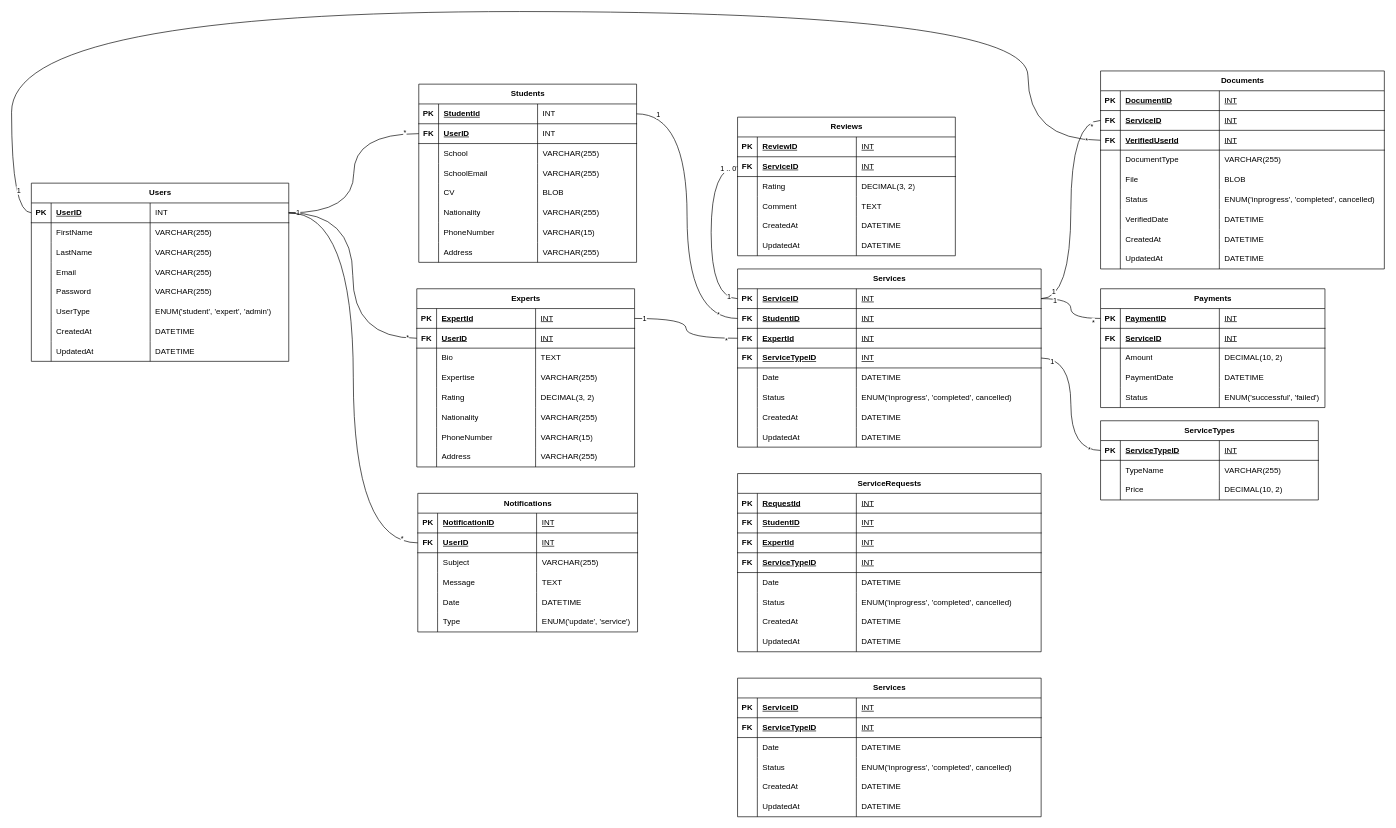
Before: DBSchema.drawio in tamir-cqu/COIT20272, a draw.io diagram. Source tidied: cells renumbered, new cells numbered last; positions are measured from the earlier drawing's top-left corner, leaving out a move shared by most shapes. Both pictures are drawn from the tidied source at 66%, with x=0, y=0 at pixel (11, 11).
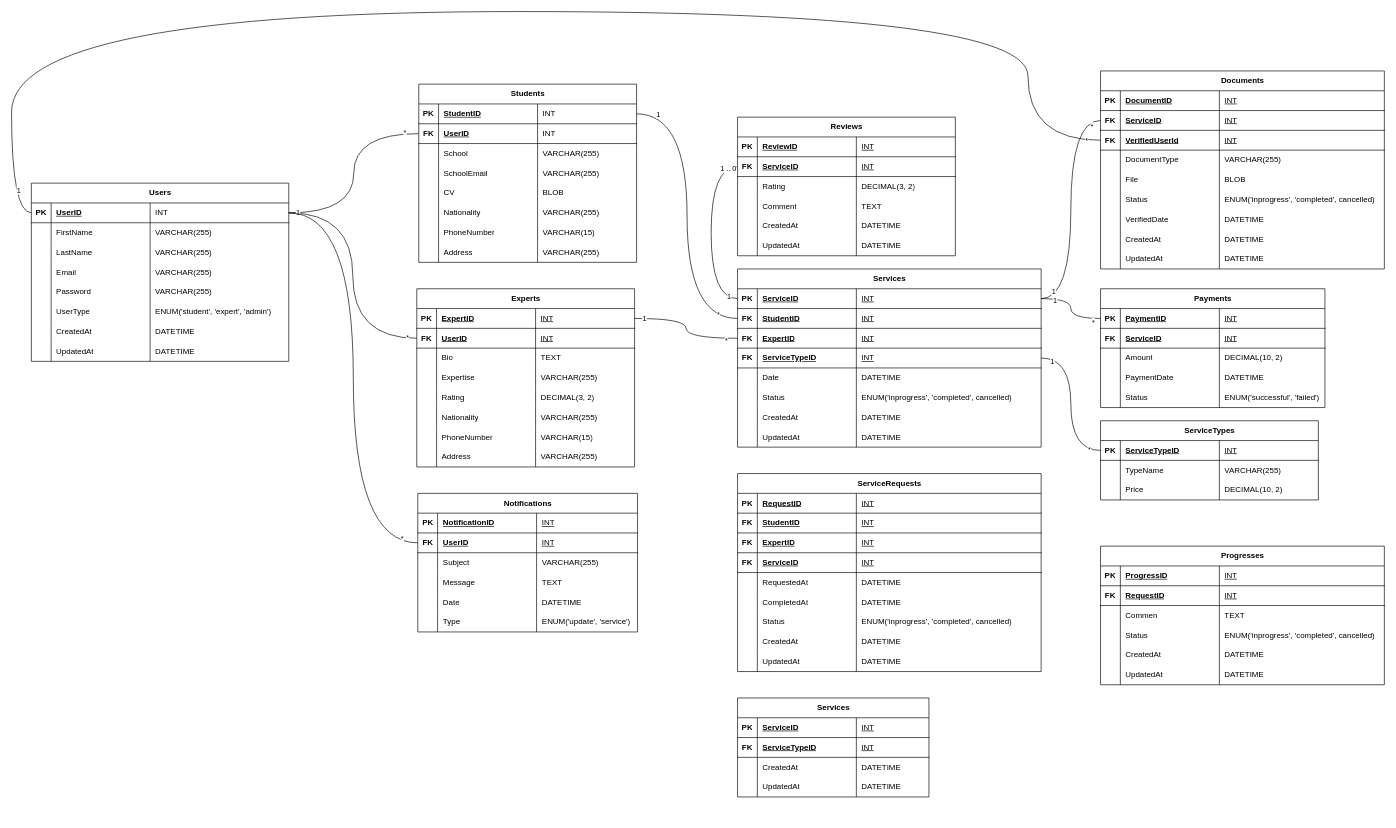
After the change.

The change refers to these unchanged cells:
```xml
<mxCell id="36" style="shape=tableRow;horizontal=0;startSize=0;swimlaneHead=0;swimlaneBody=0;fillColor=none;points=[[0,0.5],[1,0.5]];portConstraint=eastwest;top=0;left=0;right=0;bottom=1;" parent="35" vertex="1">
  <mxGeometry y="30" width="330" height="30" as="geometry" />
</mxCell>
<mxCell id="74" style="shape=tableRow;horizontal=0;startSize=0;swimlaneHead=0;swimlaneBody=0;fillColor=none;points=[[0,0.5],[1,0.5]];portConstraint=eastwest;top=0;left=0;right=0;bottom=1;" parent="73" vertex="1">
  <mxGeometry y="30" width="330" height="30" as="geometry" />
</mxCell>
<mxCell id="121" style="shape=tableRow;horizontal=0;startSize=0;swimlaneHead=0;swimlaneBody=0;fillColor=none;points=[[0,0.5],[1,0.5]];portConstraint=eastwest;top=0;left=0;right=0;bottom=1;" parent="112" vertex="1">
  <mxGeometry y="90" width="460" height="30" as="geometry" />
</mxCell>
<mxCell id="284" style="shape=tableRow;horizontal=0;startSize=0;swimlaneHead=0;swimlaneBody=0;fillColor=none;top=0;left=0;right=0;bottom=1;" parent="283" vertex="1">
  <mxGeometry y="30" width="460" height="30" as="geometry" />
</mxCell>
<mxCell id="292" style="shape=tableRow;horizontal=0;startSize=0;swimlaneHead=0;swimlaneBody=0;fillColor=none;top=0;left=0;right=0;bottom=1;" parent="283" vertex="1">
  <mxGeometry y="90" width="460" height="30" as="geometry" />
</mxCell>
<mxCell id="296" style="shape=tableRow;horizontal=0;startSize=0;swimlaneHead=0;swimlaneBody=0;fillColor=none;top=0;left=0;right=0;bottom=1;" parent="283" vertex="1">
  <mxGeometry y="120" width="460" height="30" as="geometry" />
</mxCell>
<mxCell id="300" style="shape=tableRow;horizontal=0;startSize=0;swimlaneHead=0;swimlaneBody=0;fillColor=none;top=0;left=0;right=0;bottom=0;" parent="283" vertex="1">
  <mxGeometry y="150" width="460" height="30" as="geometry" />
</mxCell>
```

Change to the diagram source:
```diff
@@
-    <mxCell id="38" value="ExpertId" style="shape=partialRectangle;fillColor=none;top=0;left=0;bottom=0;right=0;align=left;spacingLeft=6;fontStyle=5;overflow=hidden;whiteSpace=wrap;html=1;" parent="36" vertex="1">
+    <mxCell id="38" value="ExpertID" style="shape=partialRectangle;fillColor=none;top=0;left=0;bottom=0;right=0;align=left;spacingLeft=6;fontStyle=5;overflow=hidden;whiteSpace=wrap;html=1;" parent="36" vertex="1">
       <mxGeometry x="30" width="150" height="30" as="geometry" />
     </mxCell>
@@
-    <mxCell id="76" value="StudentId" style="shape=partialRectangle;fillColor=none;top=0;left=0;bottom=0;right=0;align=left;spacingLeft=6;fontStyle=5;overflow=hidden;whiteSpace=wrap;html=1;" parent="74" vertex="1">
+    <mxCell id="76" value="StudentID" style="shape=partialRectangle;fillColor=none;top=0;left=0;bottom=0;right=0;align=left;spacingLeft=6;fontStyle=5;overflow=hidden;whiteSpace=wrap;html=1;" parent="74" vertex="1">
       <mxGeometry x="30" width="150" height="30" as="geometry" />
     </mxCell>
@@
-    <mxCell id="123" value="ExpertId" style="shape=partialRectangle;fillColor=none;top=0;left=0;bottom=0;right=0;align=left;spacingLeft=6;fontStyle=5;overflow=hidden;whiteSpace=wrap;html=1;" parent="121" vertex="1">
+    <mxCell id="123" value="ExpertID" style="shape=partialRectangle;fillColor=none;top=0;left=0;bottom=0;right=0;align=left;spacingLeft=6;fontStyle=5;overflow=hidden;whiteSpace=wrap;html=1;" parent="121" vertex="1">
       <mxGeometry x="30" width="150" height="30" as="geometry" />
     </mxCell>
@@
     <mxCell id="283" value="&lt;span style=&quot;text-wrap: wrap;&quot;&gt;ServiceRequests&lt;/span&gt;" style="shape=table;startSize=30;childLayout=tableLayout;rowLines=0;fontStyle=1;align=center;html=1;" parent="1" vertex="1">
-      <mxGeometry x="1100" y="700" width="460" height="270" as="geometry" />
+      <mxGeometry x="1100" y="700" width="460" height="300" as="geometry" />
     </mxCell>
@@
-    <mxCell id="286" value="RequestId" style="shape=partialRectangle;fillColor=none;top=0;left=0;bottom=0;right=0;align=left;spacingLeft=6;fontStyle=5;overflow=hidden;whiteSpace=wrap;html=1;" parent="284" vertex="1">
+    <mxCell id="286" value="RequestID" style="shape=partialRectangle;fillColor=none;top=0;left=0;bottom=0;right=0;align=left;spacingLeft=6;fontStyle=5;overflow=hidden;whiteSpace=wrap;html=1;" parent="284" vertex="1">
       <mxGeometry x="30" width="150" height="30" as="geometry" />
     </mxCell>
@@
-    <mxCell id="294" value="ExpertId" style="shape=partialRectangle;fillColor=none;top=0;left=0;bottom=0;right=0;align=left;spacingLeft=6;fontStyle=5;overflow=hidden;whiteSpace=wrap;html=1;" parent="292" vertex="1">
+    <mxCell id="294" value="ExpertID" style="shape=partialRectangle;fillColor=none;top=0;left=0;bottom=0;right=0;align=left;spacingLeft=6;fontStyle=5;overflow=hidden;whiteSpace=wrap;html=1;" parent="292" vertex="1">
       <mxGeometry x="30" width="150" height="30" as="geometry" />
     </mxCell>
@@
-    <mxCell id="298" value="ServiceTypeID" style="shape=partialRectangle;fillColor=none;top=0;left=0;bottom=0;right=0;align=left;spacingLeft=6;fontStyle=5;overflow=hidden;whiteSpace=wrap;html=1;" parent="296" vertex="1">
+    <mxCell id="298" value="ServiceID" style="shape=partialRectangle;fillColor=none;top=0;left=0;bottom=0;right=0;align=left;spacingLeft=6;fontStyle=5;overflow=hidden;whiteSpace=wrap;html=1;" parent="296" vertex="1">
       <mxGeometry x="30" width="150" height="30" as="geometry" />
     </mxCell>
@@
-    <mxCell id="302" value="Date" style="shape=partialRectangle;fillColor=none;top=0;left=0;bottom=0;right=0;align=left;spacingLeft=6;overflow=hidden;whiteSpace=wrap;html=1;" parent="300" vertex="1">
+    <mxCell id="302" value="RequestedAt" style="shape=partialRectangle;fillColor=none;top=0;left=0;bottom=0;right=0;align=left;spacingLeft=6;overflow=hidden;whiteSpace=wrap;html=1;" parent="300" vertex="1">
       <mxGeometry x="30" width="150" height="30" as="geometry" />
     </mxCell>
@@
+    <mxCell id="341" style="shape=tableRow;horizontal=0;startSize=0;swimlaneHead=0;swimlaneBody=0;fillColor=none;top=0;left=0;right=0;bottom=0;" parent="283" vertex="1">
+      <mxGeometry y="180" width="460" height="30" as="geometry" />
+    </mxCell>
+    <mxCell id="342" style="shape=partialRectangle;fillColor=none;top=0;left=0;bottom=0;right=0;overflow=hidden;whiteSpace=wrap;html=1;" parent="341" vertex="1">
+      <mxGeometry width="30" height="30" as="geometry" />
+    </mxCell>
+    <mxCell id="343" value="CompletedAt" style="shape=partialRectangle;fillColor=none;top=0;left=0;bottom=0;right=0;align=left;spacingLeft=6;overflow=hidden;whiteSpace=wrap;html=1;" parent="341" vertex="1">
+      <mxGeometry x="30" width="150" height="30" as="geometry" />
+    </mxCell>
+    <mxCell id="328" value="DATETIME" style="shape=partialRectangle;fillColor=none;top=0;left=0;bottom=0;right=0;align=left;spacingLeft=6;overflow=hidden;whiteSpace=wrap;html=1;" parent="341" vertex="1">
+      <mxGeometry x="180" width="280" height="30" as="geometry" />
+    </mxCell>
     <mxCell id="304" style="shape=tableRow;horizontal=0;startSize=0;swimlaneHead=0;swimlaneBody=0;fillColor=none;top=0;left=0;right=0;bottom=0;" parent="283" vertex="1">
-      <mxGeometry y="180" width="460" height="30" as="geometry" />
+      <mxGeometry y="210" width="460" height="30" as="geometry" />
     </mxCell>
@@
     <mxCell id="308" style="shape=tableRow;horizontal=0;startSize=0;swimlaneHead=0;swimlaneBody=0;fillColor=none;top=0;left=0;right=0;bottom=0;" parent="283" vertex="1">
-      <mxGeometry y="210" width="460" height="30" as="geometry" />
+      <mxGeometry y="240" width="460" height="30" as="geometry" />
     </mxCell>
@@
     <mxCell id="312" style="shape=tableRow;horizontal=0;startSize=0;swimlaneHead=0;swimlaneBody=0;fillColor=none;top=0;left=0;right=0;bottom=0;" parent="283" vertex="1">
-      <mxGeometry y="240" width="460" height="30" as="geometry" />
+      <mxGeometry y="270" width="460" height="30" as="geometry" />
     </mxCell>
@@
     <mxCell id="316" value="&lt;span style=&quot;text-wrap: wrap;&quot;&gt;Services&lt;/span&gt;" style="shape=table;startSize=30;childLayout=tableLayout;rowLines=0;fontStyle=1;align=center;html=1;" parent="1" vertex="1">
-      <mxGeometry x="1100" y="1010" width="460" height="210" as="geometry" />
+      <mxGeometry x="1100" y="1040" width="290" height="150" as="geometry" />
     </mxCell>
     <mxCell id="317" style="shape=tableRow;horizontal=0;startSize=0;swimlaneHead=0;swimlaneBody=0;fillColor=none;top=0;left=0;right=0;bottom=1;" parent="316" vertex="1">
-      <mxGeometry y="30" width="460" height="30" as="geometry" />
+      <mxGeometry y="30" width="290" height="30" as="geometry" />
     </mxCell>
@@
     <mxCell id="320" value="&lt;span style=&quot;font-weight: 400;&quot;&gt;INT&lt;/span&gt;" style="shape=partialRectangle;fillColor=none;top=0;left=0;bottom=0;right=0;align=left;spacingLeft=6;fontStyle=5;overflow=hidden;whiteSpace=wrap;html=1;" parent="317" vertex="1">
-      <mxGeometry x="180" width="280" height="30" as="geometry" />
+      <mxGeometry x="180" width="110" height="30" as="geometry" />
     </mxCell>
     <mxCell id="321" style="shape=tableRow;horizontal=0;startSize=0;swimlaneHead=0;swimlaneBody=0;fillColor=none;top=0;left=0;right=0;bottom=1;" parent="316" vertex="1">
-      <mxGeometry y="60" width="460" height="30" as="geometry" />
+      <mxGeometry y="60" width="290" height="30" as="geometry" />
     </mxCell>
@@
     <mxCell id="324" value="&lt;span style=&quot;font-weight: 400;&quot;&gt;INT&lt;/span&gt;" style="shape=partialRectangle;fillColor=none;top=0;left=0;bottom=0;right=0;align=left;spacingLeft=6;fontStyle=5;overflow=hidden;whiteSpace=wrap;html=1;" parent="321" vertex="1">
-      <mxGeometry x="180" width="280" height="30" as="geometry" />
+      <mxGeometry x="180" width="110" height="30" as="geometry" />
     </mxCell>
-    <mxCell id="325" style="shape=tableRow;horizontal=0;startSize=0;swimlaneHead=0;swimlaneBody=0;fillColor=none;top=0;left=0;right=0;bottom=0;" parent="316" vertex="1">
-      <mxGeometry y="90" width="460" height="30" as="geometry" />
-    </mxCell>
-    <mxCell id="326" style="shape=partialRectangle;fillColor=none;top=0;left=0;bottom=0;right=0;overflow=hidden;whiteSpace=wrap;html=1;" parent="325" vertex="1">
-      <mxGeometry width="30" height="30" as="geometry" />
-    </mxCell>
-    <mxCell id="327" value="Date" style="shape=partialRectangle;fillColor=none;top=0;left=0;bottom=0;right=0;align=left;spacingLeft=6;overflow=hidden;whiteSpace=wrap;html=1;" parent="325" vertex="1">
-      <mxGeometry x="30" width="150" height="30" as="geometry" />
-    </mxCell>
-    <mxCell id="328" value="DATETIME" style="shape=partialRectangle;fillColor=none;top=0;left=0;bottom=0;right=0;align=left;spacingLeft=6;overflow=hidden;whiteSpace=wrap;html=1;" parent="325" vertex="1">
-      <mxGeometry x="180" width="280" height="30" as="geometry" />
-    </mxCell>
-    <mxCell id="329" style="shape=tableRow;horizontal=0;startSize=0;swimlaneHead=0;swimlaneBody=0;fillColor=none;top=0;left=0;right=0;bottom=0;" parent="316" vertex="1">
-      <mxGeometry y="120" width="460" height="30" as="geometry" />
-    </mxCell>
-    <mxCell id="330" style="shape=partialRectangle;fillColor=none;top=0;left=0;bottom=0;right=0;overflow=hidden;whiteSpace=wrap;html=1;" parent="329" vertex="1">
-      <mxGeometry width="30" height="30" as="geometry" />
-    </mxCell>
-    <mxCell id="331" value="Status" style="shape=partialRectangle;fillColor=none;top=0;left=0;bottom=0;right=0;align=left;spacingLeft=6;overflow=hidden;whiteSpace=wrap;html=1;" parent="329" vertex="1">
-      <mxGeometry x="30" width="150" height="30" as="geometry" />
-    </mxCell>
-    <mxCell id="332" value="ENUM('inprogress', 'completed', cancelled)" style="shape=partialRectangle;fillColor=none;top=0;left=0;bottom=0;right=0;align=left;spacingLeft=6;overflow=hidden;whiteSpace=wrap;html=1;" parent="329" vertex="1">
-      <mxGeometry x="180" width="280" height="30" as="geometry" />
-    </mxCell>
     <mxCell id="333" style="shape=tableRow;horizontal=0;startSize=0;swimlaneHead=0;swimlaneBody=0;fillColor=none;top=0;left=0;right=0;bottom=0;" parent="316" vertex="1">
-      <mxGeometry y="150" width="460" height="30" as="geometry" />
+      <mxGeometry y="90" width="290" height="30" as="geometry" />
     </mxCell>
@@
     <mxCell id="336" value="DATETIME" style="shape=partialRectangle;fillColor=none;top=0;left=0;bottom=0;right=0;align=left;spacingLeft=6;overflow=hidden;whiteSpace=wrap;html=1;" parent="333" vertex="1">
-      <mxGeometry x="180" width="280" height="30" as="geometry" />
+      <mxGeometry x="180" width="110" height="30" as="geometry" />
     </mxCell>
     <mxCell id="337" style="shape=tableRow;horizontal=0;startSize=0;swimlaneHead=0;swimlaneBody=0;fillColor=none;top=0;left=0;right=0;bottom=0;" parent="316" vertex="1">
-      <mxGeometry y="180" width="460" height="30" as="geometry" />
+      <mxGeometry y="120" width="290" height="30" as="geometry" />
     </mxCell>
@@
     <mxCell id="340" value="DATETIME" style="shape=partialRectangle;fillColor=none;top=0;left=0;bottom=0;right=0;align=left;spacingLeft=6;overflow=hidden;whiteSpace=wrap;html=1;" parent="337" vertex="1">
-      <mxGeometry x="180" width="280" height="30" as="geometry" />
+      <mxGeometry x="180" width="110" height="30" as="geometry" />
     </mxCell>
+    <mxCell id="344" value="&lt;span style=&quot;text-wrap: wrap;&quot;&gt;Progresses&lt;/span&gt;" style="shape=table;startSize=30;childLayout=tableLayout;rowLines=0;fontStyle=1;align=center;html=1;" parent="1" vertex="1">
+      <mxGeometry x="1650" y="810" width="430" height="210" as="geometry" />
+    </mxCell>
+    <mxCell id="345" style="shape=tableRow;horizontal=0;startSize=0;swimlaneHead=0;swimlaneBody=0;fillColor=none;top=0;left=0;right=0;bottom=1;" parent="344" vertex="1">
+      <mxGeometry y="30" width="430" height="30" as="geometry" />
+    </mxCell>
+    <mxCell id="346" value="PK" style="shape=partialRectangle;fillColor=none;top=0;left=0;bottom=0;right=0;fontStyle=1;overflow=hidden;whiteSpace=wrap;html=1;" parent="345" vertex="1">
+      <mxGeometry width="30" height="30" as="geometry" />
+    </mxCell>
+    <mxCell id="347" value="ProgressID" style="shape=partialRectangle;fillColor=none;top=0;left=0;bottom=0;right=0;align=left;spacingLeft=6;fontStyle=5;overflow=hidden;whiteSpace=wrap;html=1;" parent="345" vertex="1">
+      <mxGeometry x="30" width="150" height="30" as="geometry" />
+    </mxCell>
+    <mxCell id="348" value="&lt;span style=&quot;font-weight: 400;&quot;&gt;INT&lt;/span&gt;" style="shape=partialRectangle;fillColor=none;top=0;left=0;bottom=0;right=0;align=left;spacingLeft=6;fontStyle=5;overflow=hidden;whiteSpace=wrap;html=1;" parent="345" vertex="1">
+      <mxGeometry x="180" width="250" height="30" as="geometry" />
+    </mxCell>
+    <mxCell id="349" style="shape=tableRow;horizontal=0;startSize=0;swimlaneHead=0;swimlaneBody=0;fillColor=none;top=0;left=0;right=0;bottom=1;" parent="344" vertex="1">
+      <mxGeometry y="60" width="430" height="30" as="geometry" />
+    </mxCell>
+    <mxCell id="350" value="FK" style="shape=partialRectangle;fillColor=none;top=0;left=0;bottom=0;right=0;fontStyle=1;overflow=hidden;whiteSpace=wrap;html=1;" parent="349" vertex="1">
+      <mxGeometry width="30" height="30" as="geometry" />
+    </mxCell>
+    <mxCell id="351" value="RequestID" style="shape=partialRectangle;fillColor=none;top=0;left=0;bottom=0;right=0;align=left;spacingLeft=6;fontStyle=5;overflow=hidden;whiteSpace=wrap;html=1;" parent="349" vertex="1">
+      <mxGeometry x="30" width="150" height="30" as="geometry" />
+    </mxCell>
+    <mxCell id="352" value="&lt;span style=&quot;font-weight: 400;&quot;&gt;INT&lt;/span&gt;" style="shape=partialRectangle;fillColor=none;top=0;left=0;bottom=0;right=0;align=left;spacingLeft=6;fontStyle=5;overflow=hidden;whiteSpace=wrap;html=1;" parent="349" vertex="1">
+      <mxGeometry x="180" width="250" height="30" as="geometry" />
+    </mxCell>
+    <mxCell id="353" style="shape=tableRow;horizontal=0;startSize=0;swimlaneHead=0;swimlaneBody=0;fillColor=none;top=0;left=0;right=0;bottom=0;" parent="344" vertex="1">
+      <mxGeometry y="90" width="430" height="30" as="geometry" />
+    </mxCell>
+    <mxCell id="354" style="shape=partialRectangle;fillColor=none;top=0;left=0;bottom=0;right=0;overflow=hidden;whiteSpace=wrap;html=1;" parent="353" vertex="1">
+      <mxGeometry width="30" height="30" as="geometry" />
+    </mxCell>
+    <mxCell id="355" value="Commen&lt;span style=&quot;white-space: pre;&quot;&gt;&#9;&lt;/span&gt;" style="shape=partialRectangle;fillColor=none;top=0;left=0;bottom=0;right=0;align=left;spacingLeft=6;overflow=hidden;whiteSpace=wrap;html=1;" parent="353" vertex="1">
+      <mxGeometry x="30" width="150" height="30" as="geometry" />
+    </mxCell>
+    <mxCell id="356" value="TEXT" style="shape=partialRectangle;fillColor=none;top=0;left=0;bottom=0;right=0;align=left;spacingLeft=6;overflow=hidden;whiteSpace=wrap;html=1;" parent="353" vertex="1">
+      <mxGeometry x="180" width="250" height="30" as="geometry" />
+    </mxCell>
+    <mxCell id="357" style="shape=tableRow;horizontal=0;startSize=0;swimlaneHead=0;swimlaneBody=0;fillColor=none;top=0;left=0;right=0;bottom=0;" parent="344" vertex="1">
+      <mxGeometry y="120" width="430" height="30" as="geometry" />
+    </mxCell>
+    <mxCell id="358" style="shape=partialRectangle;fillColor=none;top=0;left=0;bottom=0;right=0;overflow=hidden;whiteSpace=wrap;html=1;" parent="357" vertex="1">
+      <mxGeometry width="30" height="30" as="geometry" />
+    </mxCell>
+    <mxCell id="331" value="Status" style="shape=partialRectangle;fillColor=none;top=0;left=0;bottom=0;right=0;align=left;spacingLeft=6;overflow=hidden;whiteSpace=wrap;html=1;" parent="357" vertex="1">
+      <mxGeometry x="30" width="150" height="30" as="geometry" />
+    </mxCell>
+    <mxCell id="332" value="ENUM('inprogress', 'completed', cancelled)" style="shape=partialRectangle;fillColor=none;top=0;left=0;bottom=0;right=0;align=left;spacingLeft=6;overflow=hidden;whiteSpace=wrap;html=1;" parent="357" vertex="1">
+      <mxGeometry x="180" width="250" height="30" as="geometry" />
+    </mxCell>
+    <mxCell id="359" style="shape=tableRow;horizontal=0;startSize=0;swimlaneHead=0;swimlaneBody=0;fillColor=none;top=0;left=0;right=0;bottom=0;" parent="344" vertex="1">
+      <mxGeometry y="150" width="430" height="30" as="geometry" />
+    </mxCell>
+    <mxCell id="360" style="shape=partialRectangle;fillColor=none;top=0;left=0;bottom=0;right=0;overflow=hidden;whiteSpace=wrap;html=1;" parent="359" vertex="1">
+      <mxGeometry width="30" height="30" as="geometry" />
+    </mxCell>
+    <mxCell id="361" value="CreatedAt" style="shape=partialRectangle;fillColor=none;top=0;left=0;bottom=0;right=0;align=left;spacingLeft=6;overflow=hidden;whiteSpace=wrap;html=1;" parent="359" vertex="1">
+      <mxGeometry x="30" width="150" height="30" as="geometry" />
+    </mxCell>
+    <mxCell id="362" value="DATETIME" style="shape=partialRectangle;fillColor=none;top=0;left=0;bottom=0;right=0;align=left;spacingLeft=6;overflow=hidden;whiteSpace=wrap;html=1;" parent="359" vertex="1">
+      <mxGeometry x="180" width="250" height="30" as="geometry" />
+    </mxCell>
+    <mxCell id="363" style="shape=tableRow;horizontal=0;startSize=0;swimlaneHead=0;swimlaneBody=0;fillColor=none;top=0;left=0;right=0;bottom=0;" parent="344" vertex="1">
+      <mxGeometry y="180" width="430" height="30" as="geometry" />
+    </mxCell>
+    <mxCell id="364" style="shape=partialRectangle;fillColor=none;top=0;left=0;bottom=0;right=0;overflow=hidden;whiteSpace=wrap;html=1;" parent="363" vertex="1">
+      <mxGeometry width="30" height="30" as="geometry" />
+    </mxCell>
+    <mxCell id="365" value="UpdatedAt" style="shape=partialRectangle;fillColor=none;top=0;left=0;bottom=0;right=0;align=left;spacingLeft=6;overflow=hidden;whiteSpace=wrap;html=1;" parent="363" vertex="1">
+      <mxGeometry x="30" width="150" height="30" as="geometry" />
+    </mxCell>
+    <mxCell id="366" value="DATETIME" style="shape=partialRectangle;fillColor=none;top=0;left=0;bottom=0;right=0;align=left;spacingLeft=6;overflow=hidden;whiteSpace=wrap;html=1;" parent="363" vertex="1">
+      <mxGeometry x="180" width="250" height="30" as="geometry" />
+    </mxCell>
```
